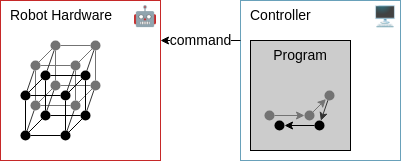
ct2034/hcde keeps this draw.io diagram as docs/posts/ton/imgs/25_05_programming_robots_dim_red.drawio.png. Above is the earlier version. Source tidied: cells renumbered, new cells last; positions are measured from the earlier drawing's top-left corner, leaving out a move shared by most shapes. Source of this version:
```xml
<mxGraphModel>
  <root>
    <mxCell id="0" />
    <mxCell id="1" parent="0" />
    <mxCell id="2" value="Robot Hardware" style="whiteSpace=wrap;html=1;fontFamily=Helvetica;fontSize=14;fillColor=none;strokeColor=#C62828;verticalAlign=top;align=left;spacingLeft=8;" parent="1" vertex="1">
      <mxGeometry width="160" height="160" as="geometry" />
    </mxCell>
    <mxCell id="3" value="Controller" style="whiteSpace=wrap;html=1;verticalAlign=top;fontFamily=Helvetica;fontSize=14;fillColor=none;strokeColor=#69A1BA;spacingBottom=14;align=left;spacingLeft=8;" parent="1" vertex="1">
      <mxGeometry x="240" width="160" height="160" as="geometry" />
    </mxCell>
    <mxCell id="4" value="Program" style="whiteSpace=wrap;html=1;fontFamily=Helvetica;fontSize=14;fillColor=#CCCCCC;strokeColor=light-dark(#000000, #9577a3);verticalAlign=top;" parent="1" vertex="1">
      <mxGeometry x="250" y="40" width="100" height="110" as="geometry" />
    </mxCell>
    <mxCell id="5" value="command" style="edgeStyle=none;html=1;fontFamily=Helvetica;fontSize=14;entryX=1;entryY=0.25;entryDx=0;entryDy=0;exitX=0;exitY=0.25;exitDx=0;exitDy=0;" parent="1" edge="1" source="3" target="2">
      <mxGeometry relative="1" as="geometry" />
    </mxCell>
    <mxCell id="6" style="ellipse;whiteSpace=wrap;html=1;fillColor=#737373;strokeColor=none;" parent="1" vertex="1">
      <mxGeometry x="30" y="60" width="10" height="10" as="geometry" />
    </mxCell>
    <mxCell id="7" style="ellipse;whiteSpace=wrap;html=1;fillColor=#737373;strokeColor=none;" parent="1" vertex="1">
      <mxGeometry x="70" y="60" width="10" height="10" as="geometry" />
    </mxCell>
    <mxCell id="8" style="ellipse;whiteSpace=wrap;html=1;fillColor=#737373;strokeColor=none;" parent="1" vertex="1">
      <mxGeometry x="50" y="80" width="10" height="10" as="geometry" />
    </mxCell>
    <mxCell id="9" style="ellipse;whiteSpace=wrap;html=1;fillColor=#737373;strokeColor=none;" parent="1" vertex="1">
      <mxGeometry x="30" y="100" width="10" height="10" as="geometry" />
    </mxCell>
    <mxCell id="10" style="ellipse;whiteSpace=wrap;html=1;fillColor=#737373;strokeColor=none;" parent="1" vertex="1">
      <mxGeometry x="50" y="40" width="10" height="10" as="geometry" />
    </mxCell>
    <mxCell id="11" style="ellipse;whiteSpace=wrap;html=1;fillColor=#737373;strokeColor=none;" parent="1" vertex="1">
      <mxGeometry x="70" y="100" width="10" height="10" as="geometry" />
    </mxCell>
    <mxCell id="12" style="ellipse;whiteSpace=wrap;html=1;fillColor=#737373;strokeColor=none;" parent="1" vertex="1">
      <mxGeometry x="90" y="40" width="10" height="10" as="geometry" />
    </mxCell>
    <mxCell id="13" style="ellipse;whiteSpace=wrap;html=1;fillColor=#737373;strokeColor=none;" parent="1" vertex="1">
      <mxGeometry x="90" y="80" width="10" height="10" as="geometry" />
    </mxCell>
    <mxCell id="14" style="endArrow=none;html=1;exitX=1;exitY=0;exitDx=0;exitDy=0;entryX=0;entryY=1;entryDx=0;entryDy=0;strokeColor=#737373;" parent="1" edge="1" source="9" target="8">
      <mxGeometry relative="1" as="geometry" />
    </mxCell>
    <mxCell id="15" style="endArrow=none;html=1;exitX=1;exitY=0.5;exitDx=0;exitDy=0;entryX=0;entryY=0.5;entryDx=0;entryDy=0;strokeColor=#737373;" parent="1" edge="1" source="9" target="11">
      <mxGeometry relative="1" as="geometry" />
    </mxCell>
    <mxCell id="16" style="endArrow=none;html=1;exitX=1;exitY=0;exitDx=0;exitDy=0;entryX=0;entryY=1;entryDx=0;entryDy=0;strokeColor=#737373;" parent="1" edge="1" source="11" target="13">
      <mxGeometry relative="1" as="geometry" />
    </mxCell>
    <mxCell id="17" style="endArrow=none;html=1;exitX=1;exitY=0.5;exitDx=0;exitDy=0;entryX=0;entryY=0.5;entryDx=0;entryDy=0;strokeColor=#737373;" parent="1" edge="1" source="8" target="13">
      <mxGeometry relative="1" as="geometry" />
    </mxCell>
    <mxCell id="18" style="endArrow=none;html=1;exitX=0.5;exitY=0;exitDx=0;exitDy=0;entryX=0.5;entryY=1;entryDx=0;entryDy=0;strokeColor=#737373;" parent="1" edge="1" source="9" target="6">
      <mxGeometry relative="1" as="geometry" />
    </mxCell>
    <mxCell id="19" style="endArrow=none;html=1;exitX=1;exitY=0;exitDx=0;exitDy=0;entryX=0;entryY=1;entryDx=0;entryDy=0;strokeColor=#737373;" parent="1" edge="1" source="6" target="10">
      <mxGeometry relative="1" as="geometry" />
    </mxCell>
    <mxCell id="20" style="endArrow=none;html=1;exitX=1;exitY=0.5;exitDx=0;exitDy=0;entryX=0;entryY=0.5;entryDx=0;entryDy=0;strokeColor=#737373;" parent="1" edge="1" source="10" target="12">
      <mxGeometry relative="1" as="geometry" />
    </mxCell>
    <mxCell id="21" style="endArrow=none;html=1;exitX=1;exitY=0;exitDx=0;exitDy=0;entryX=0;entryY=1;entryDx=0;entryDy=0;strokeColor=#737373;" parent="1" edge="1" source="7" target="12">
      <mxGeometry relative="1" as="geometry" />
    </mxCell>
    <mxCell id="22" style="endArrow=none;html=1;exitX=0.5;exitY=0;exitDx=0;exitDy=0;entryX=0.5;entryY=1;entryDx=0;entryDy=0;strokeColor=#737373;" parent="1" edge="1" source="13" target="12">
      <mxGeometry relative="1" as="geometry" />
    </mxCell>
    <mxCell id="23" style="endArrow=none;html=1;exitX=0.5;exitY=0;exitDx=0;exitDy=0;entryX=0.5;entryY=1;entryDx=0;entryDy=0;strokeColor=#737373;" parent="1" edge="1" source="11" target="7">
      <mxGeometry relative="1" as="geometry" />
    </mxCell>
    <mxCell id="24" style="endArrow=none;html=1;exitX=0.5;exitY=0;exitDx=0;exitDy=0;entryX=0.5;entryY=1;entryDx=0;entryDy=0;strokeColor=#737373;" parent="1" edge="1" source="8" target="10">
      <mxGeometry relative="1" as="geometry" />
    </mxCell>
    <mxCell id="25" style="endArrow=none;html=1;exitX=0;exitY=0.5;exitDx=0;exitDy=0;entryX=1;entryY=0.5;entryDx=0;entryDy=0;strokeColor=#737373;" parent="1" edge="1" source="7" target="6">
      <mxGeometry relative="1" as="geometry" />
    </mxCell>
    <mxCell id="26" style="endArrow=none;html=1;strokeColor=#333333;" parent="1" edge="1" source="35" target="6">
      <mxGeometry relative="1" as="geometry" />
    </mxCell>
    <mxCell id="27" style="endArrow=none;html=1;strokeColor=#333333;" parent="1" edge="1" source="39" target="10">
      <mxGeometry relative="1" as="geometry" />
    </mxCell>
    <mxCell id="28" style="endArrow=none;html=1;strokeColor=#333333;" parent="1" edge="1" source="12" target="41">
      <mxGeometry relative="1" as="geometry" />
    </mxCell>
    <mxCell id="29" style="endArrow=none;html=1;strokeColor=#333333;" parent="1" edge="1" source="38" target="9">
      <mxGeometry relative="1" as="geometry" />
    </mxCell>
    <mxCell id="30" style="endArrow=none;html=1;strokeColor=#333333;" parent="1" edge="1" source="40" target="11">
      <mxGeometry relative="1" as="geometry" />
    </mxCell>
    <mxCell id="31" style="endArrow=none;html=1;strokeColor=#333333;" parent="1" edge="1" source="13" target="42">
      <mxGeometry relative="1" as="geometry" />
    </mxCell>
    <mxCell id="32" style="endArrow=none;html=1;strokeColor=#333333;" parent="1" edge="1" source="8" target="37">
      <mxGeometry relative="1" as="geometry" />
    </mxCell>
    <mxCell id="33" style="endArrow=none;html=1;strokeColor=#333333;" parent="1" edge="1" source="36" target="7">
      <mxGeometry relative="1" as="geometry" />
    </mxCell>
    <mxCell id="34" style="group;" parent="1" vertex="1">
      <mxGeometry x="20" y="70" width="70" height="70" as="geometry" />
    </mxCell>
    <mxCell id="35" style="ellipse;whiteSpace=wrap;html=1;fillColor=#000000;strokeColor=none;" parent="34" vertex="1">
      <mxGeometry y="20" width="10" height="10" as="geometry" />
    </mxCell>
    <mxCell id="36" style="ellipse;whiteSpace=wrap;html=1;fillColor=#000000;strokeColor=none;" parent="34" vertex="1">
      <mxGeometry x="40" y="20" width="10" height="10" as="geometry" />
    </mxCell>
    <mxCell id="37" style="ellipse;whiteSpace=wrap;html=1;fillColor=#000000;strokeColor=none;" parent="34" vertex="1">
      <mxGeometry x="20" y="40" width="10" height="10" as="geometry" />
    </mxCell>
    <mxCell id="38" style="ellipse;whiteSpace=wrap;html=1;fillColor=#000000;strokeColor=none;" parent="34" vertex="1">
      <mxGeometry y="60" width="10" height="10" as="geometry" />
    </mxCell>
    <mxCell id="39" style="ellipse;whiteSpace=wrap;html=1;fillColor=#000000;strokeColor=none;" parent="34" vertex="1">
      <mxGeometry x="20" width="10" height="10" as="geometry" />
    </mxCell>
    <mxCell id="40" style="ellipse;whiteSpace=wrap;html=1;fillColor=#000000;strokeColor=none;" parent="34" vertex="1">
      <mxGeometry x="40" y="60" width="10" height="10" as="geometry" />
    </mxCell>
    <mxCell id="41" style="ellipse;whiteSpace=wrap;html=1;fillColor=#000000;strokeColor=none;" parent="34" vertex="1">
      <mxGeometry x="60" width="10" height="10" as="geometry" />
    </mxCell>
    <mxCell id="42" style="ellipse;whiteSpace=wrap;html=1;fillColor=#000000;strokeColor=none;" parent="34" vertex="1">
      <mxGeometry x="60" y="40" width="10" height="10" as="geometry" />
    </mxCell>
    <mxCell id="43" style="endArrow=none;html=1;exitX=1;exitY=0;exitDx=0;exitDy=0;entryX=0;entryY=1;entryDx=0;entryDy=0;" parent="34" edge="1" source="38" target="37">
      <mxGeometry relative="1" as="geometry" />
    </mxCell>
    <mxCell id="44" style="endArrow=none;html=1;exitX=1;exitY=0.5;exitDx=0;exitDy=0;entryX=0;entryY=0.5;entryDx=0;entryDy=0;" parent="34" edge="1" source="38" target="40">
      <mxGeometry relative="1" as="geometry" />
    </mxCell>
    <mxCell id="45" style="endArrow=none;html=1;exitX=1;exitY=0;exitDx=0;exitDy=0;entryX=0;entryY=1;entryDx=0;entryDy=0;" parent="34" edge="1" source="40" target="42">
      <mxGeometry relative="1" as="geometry" />
    </mxCell>
    <mxCell id="46" style="endArrow=none;html=1;exitX=1;exitY=0.5;exitDx=0;exitDy=0;entryX=0;entryY=0.5;entryDx=0;entryDy=0;" parent="34" edge="1" source="37" target="42">
      <mxGeometry relative="1" as="geometry" />
    </mxCell>
    <mxCell id="47" style="endArrow=none;html=1;exitX=0.5;exitY=0;exitDx=0;exitDy=0;entryX=0.5;entryY=1;entryDx=0;entryDy=0;" parent="34" edge="1" source="38" target="35">
      <mxGeometry relative="1" as="geometry" />
    </mxCell>
    <mxCell id="48" style="endArrow=none;html=1;exitX=1;exitY=0;exitDx=0;exitDy=0;entryX=0;entryY=1;entryDx=0;entryDy=0;" parent="34" edge="1" source="35" target="39">
      <mxGeometry relative="1" as="geometry" />
    </mxCell>
    <mxCell id="49" style="endArrow=none;html=1;exitX=1;exitY=0.5;exitDx=0;exitDy=0;entryX=0;entryY=0.5;entryDx=0;entryDy=0;" parent="34" edge="1" source="39" target="41">
      <mxGeometry relative="1" as="geometry" />
    </mxCell>
    <mxCell id="50" style="endArrow=none;html=1;exitX=1;exitY=0;exitDx=0;exitDy=0;entryX=0;entryY=1;entryDx=0;entryDy=0;" parent="34" edge="1" source="36" target="41">
      <mxGeometry relative="1" as="geometry" />
    </mxCell>
    <mxCell id="51" style="endArrow=none;html=1;exitX=0.5;exitY=0;exitDx=0;exitDy=0;entryX=0.5;entryY=1;entryDx=0;entryDy=0;" parent="34" edge="1" source="42" target="41">
      <mxGeometry relative="1" as="geometry" />
    </mxCell>
    <mxCell id="52" style="endArrow=none;html=1;exitX=0.5;exitY=0;exitDx=0;exitDy=0;entryX=0.5;entryY=1;entryDx=0;entryDy=0;" parent="34" edge="1" source="40" target="36">
      <mxGeometry relative="1" as="geometry" />
    </mxCell>
    <mxCell id="53" style="endArrow=none;html=1;exitX=0.5;exitY=0;exitDx=0;exitDy=0;entryX=0.5;entryY=1;entryDx=0;entryDy=0;" parent="34" edge="1" source="37" target="39">
      <mxGeometry relative="1" as="geometry" />
    </mxCell>
    <mxCell id="54" style="endArrow=none;html=1;exitX=0;exitY=0.5;exitDx=0;exitDy=0;entryX=1;entryY=0.5;entryDx=0;entryDy=0;" parent="34" edge="1" source="36" target="35">
      <mxGeometry relative="1" as="geometry" />
    </mxCell>
    <mxCell id="55" value="🤖" style="text;whiteSpace=wrap;fontSize=20;align=center;verticalAlign=middle;" parent="1" vertex="1">
      <mxGeometry x="130" width="30" height="30" as="geometry" />
    </mxCell>
    <mxCell id="56" style="group;" parent="1" vertex="1">
      <mxGeometry x="264" y="90" width="70" height="40" as="geometry" />
    </mxCell>
    <mxCell id="57" style="ellipse;whiteSpace=wrap;html=1;fillColor=#737373;strokeColor=none;" parent="56" vertex="1">
      <mxGeometry y="20" width="10" height="10" as="geometry" />
    </mxCell>
    <mxCell id="58" style="ellipse;whiteSpace=wrap;html=1;fillColor=#737373;strokeColor=none;" parent="56" vertex="1">
      <mxGeometry x="40" y="20" width="10" height="10" as="geometry" />
    </mxCell>
    <mxCell id="59" style="ellipse;whiteSpace=wrap;html=1;fillColor=#737373;strokeColor=none;" parent="56" vertex="1">
      <mxGeometry x="60" width="10" height="10" as="geometry" />
    </mxCell>
    <mxCell id="60" style="endArrow=classic;html=1;exitX=1;exitY=0.5;exitDx=0;exitDy=0;entryX=0;entryY=0.5;entryDx=0;entryDy=0;strokeColor=#737373;endFill=1;" parent="56" edge="1" source="57" target="58">
      <mxGeometry relative="1" as="geometry" />
    </mxCell>
    <mxCell id="61" style="endArrow=classic;html=1;exitX=1;exitY=0;exitDx=0;exitDy=0;entryX=0;entryY=1;entryDx=0;entryDy=0;strokeColor=#737373;endFill=1;" parent="56" edge="1" source="58" target="59">
      <mxGeometry relative="1" as="geometry" />
    </mxCell>
    <mxCell id="62" style="endArrow=classic;html=1;strokeColor=#333333;endFill=1;" parent="56" edge="1" source="59" target="64">
      <mxGeometry relative="1" as="geometry" />
    </mxCell>
    <mxCell id="63" style="ellipse;whiteSpace=wrap;html=1;fillColor=#000000;strokeColor=none;" parent="56" vertex="1">
      <mxGeometry x="10" y="30" width="10" height="10" as="geometry" />
    </mxCell>
    <mxCell id="64" style="ellipse;whiteSpace=wrap;html=1;fillColor=#000000;strokeColor=none;" parent="56" vertex="1">
      <mxGeometry x="50" y="30" width="10" height="10" as="geometry" />
    </mxCell>
    <mxCell id="65" style="endArrow=none;html=1;exitX=1;exitY=0.5;exitDx=0;exitDy=0;entryX=0;entryY=0.5;entryDx=0;entryDy=0;endFill=0;startArrow=classic;startFill=1;" parent="56" edge="1" source="63" target="64">
      <mxGeometry relative="1" as="geometry" />
    </mxCell>
    <mxCell id="66" value="🖥️" style="text;whiteSpace=wrap;verticalAlign=middle;align=center;fontSize=20;" parent="1" vertex="1">
      <mxGeometry x="370" width="30" height="30" as="geometry" />
    </mxCell>
  </root>
</mxGraphModel>
```
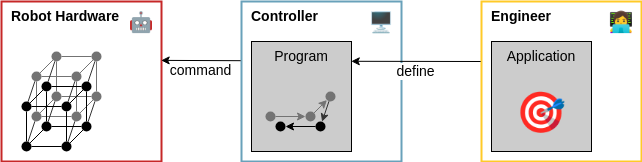
Later version of the same file.

Commit message:
bigger img

Diff of the diagram source:
```diff
@@ -1,18 +1,20 @@
-<mxGraphModel>
+<mxGraphModel background="#ffffff">
   <root>
     <mxCell id="0" />
     <mxCell id="1" parent="0" />
-    <mxCell id="2" value="Robot Hardware" style="whiteSpace=wrap;html=1;fontFamily=Helvetica;fontSize=14;fillColor=none;strokeColor=#C62828;verticalAlign=top;align=left;spacingLeft=8;" parent="1" vertex="1">
-      <mxGeometry width="160" height="160" as="geometry" />
+    <mxCell id="2" value="Robot Hardware" style="whiteSpace=wrap;html=1;fontFamily=Helvetica;fontSize=14;fillColor=none;strokeColor=#C62828;verticalAlign=top;align=left;spacingLeft=8;strokeWidth=2;fontStyle=1;" parent="1" vertex="1">
+      <mxGeometry y="-10" width="160" height="160" as="geometry" />
     </mxCell>
-    <mxCell id="3" value="Controller" style="whiteSpace=wrap;html=1;verticalAlign=top;fontFamily=Helvetica;fontSize=14;fillColor=none;strokeColor=#69A1BA;spacingBottom=14;align=left;spacingLeft=8;" parent="1" vertex="1">
-      <mxGeometry x="240" width="160" height="160" as="geometry" />
+    <mxCell id="3" value="Controller" style="whiteSpace=wrap;html=1;verticalAlign=top;fontFamily=Helvetica;fontSize=14;fillColor=none;strokeColor=#69A1BA;spacingBottom=14;align=left;spacingLeft=8;fontStyle=1;strokeWidth=2;" parent="1" vertex="1">
+      <mxGeometry x="240" y="-10" width="160" height="160" as="geometry" />
     </mxCell>
     <mxCell id="4" value="Program" style="whiteSpace=wrap;html=1;fontFamily=Helvetica;fontSize=14;fillColor=#CCCCCC;strokeColor=light-dark(#000000, #9577a3);verticalAlign=top;" parent="1" vertex="1">
-      <mxGeometry x="250" y="40" width="100" height="110" as="geometry" />
+      <mxGeometry x="250" y="30" width="100" height="110" as="geometry" />
     </mxCell>
-    <mxCell id="5" value="command" style="edgeStyle=none;html=1;fontFamily=Helvetica;fontSize=14;entryX=1;entryY=0.25;entryDx=0;entryDy=0;exitX=0;exitY=0.25;exitDx=0;exitDy=0;" parent="1" edge="1" source="3" target="2">
-      <mxGeometry relative="1" as="geometry" />
+    <mxCell id="5" value="command" style="edgeStyle=none;html=1;fontFamily=Helvetica;fontSize=14;entryX=0.998;entryY=0.368;entryDx=0;entryDy=0;entryPerimeter=0;exitX=-0.005;exitY=0.37;exitDx=0;exitDy=0;exitPerimeter=0;" parent="1" edge="1" source="3">
+      <mxGeometry y="10" relative="1" as="geometry">
+        <mxPoint x="159.7" y="48.9" as="targetPoint" />
+      </mxGeometry>
     </mxCell>
     <mxCell id="6" style="ellipse;whiteSpace=wrap;html=1;fillColor=#737373;strokeColor=none;" parent="1" vertex="1">
       <mxGeometry x="30" y="60" width="10" height="10" as="geometry" />
@@ -162,10 +164,10 @@
       <mxGeometry relative="1" as="geometry" />
     </mxCell>
     <mxCell id="55" value="🤖" style="text;whiteSpace=wrap;fontSize=20;align=center;verticalAlign=middle;" parent="1" vertex="1">
-      <mxGeometry x="130" width="30" height="30" as="geometry" />
+      <mxGeometry x="120" y="-10" width="40" height="40" as="geometry" />
     </mxCell>
     <mxCell id="56" style="group;" parent="1" vertex="1">
-      <mxGeometry x="264" y="90" width="70" height="40" as="geometry" />
+      <mxGeometry x="264" y="80" width="70" height="40" as="geometry" />
     </mxCell>
     <mxCell id="57" style="ellipse;whiteSpace=wrap;html=1;fillColor=#737373;strokeColor=none;" parent="56" vertex="1">
       <mxGeometry y="20" width="10" height="10" as="geometry" />
@@ -195,7 +197,22 @@
       <mxGeometry relative="1" as="geometry" />
     </mxCell>
     <mxCell id="66" value="🖥️" style="text;whiteSpace=wrap;verticalAlign=middle;align=center;fontSize=20;" parent="1" vertex="1">
-      <mxGeometry x="370" width="30" height="30" as="geometry" />
+      <mxGeometry x="360" y="-10" width="40" height="40" as="geometry" />
     </mxCell>
+    <mxCell id="67" value="Engineer" style="whiteSpace=wrap;html=1;verticalAlign=top;fontFamily=Helvetica;fontSize=14;fillColor=none;strokeColor=#FFCA28;spacingBottom=14;align=left;spacingLeft=8;fontStyle=1;strokeWidth=2;" parent="1" vertex="1">
+      <mxGeometry x="480" y="-10" width="160" height="160" as="geometry" />
+    </mxCell>
+    <mxCell id="68" value="👩‍💻" style="text;whiteSpace=wrap;align=center;verticalAlign=middle;fontSize=20;" parent="1" vertex="1">
+      <mxGeometry x="600" y="-10" width="40" height="40" as="geometry" />
+    </mxCell>
+    <mxCell id="69" value="Application" style="whiteSpace=wrap;html=1;fontFamily=Helvetica;fontSize=14;fillColor=#CCCCCC;strokeColor=light-dark(#000000, #9577a3);verticalAlign=top;" parent="1" vertex="1">
+      <mxGeometry x="490" y="30" width="100" height="110" as="geometry" />
+    </mxCell>
+    <mxCell id="70" value="🎯" style="text;whiteSpace=wrap;verticalAlign=middle;align=center;fontSize=40;" parent="1" vertex="1">
+      <mxGeometry x="490" y="60" width="100" height="80" as="geometry" />
+    </mxCell>
+    <mxCell id="71" value="define" style="edgeStyle=none;html=1;fontFamily=Helvetica;fontSize=14;entryX=0.998;entryY=0.18;entryDx=0;entryDy=0;exitX=-0.005;exitY=0.375;exitDx=0;exitDy=0;exitPerimeter=0;entryPerimeter=0;" parent="1" edge="1" source="67" target="4">
+      <mxGeometry y="10" relative="1" as="geometry" />
+    </mxCell>
   </root>
 </mxGraphModel>
```
